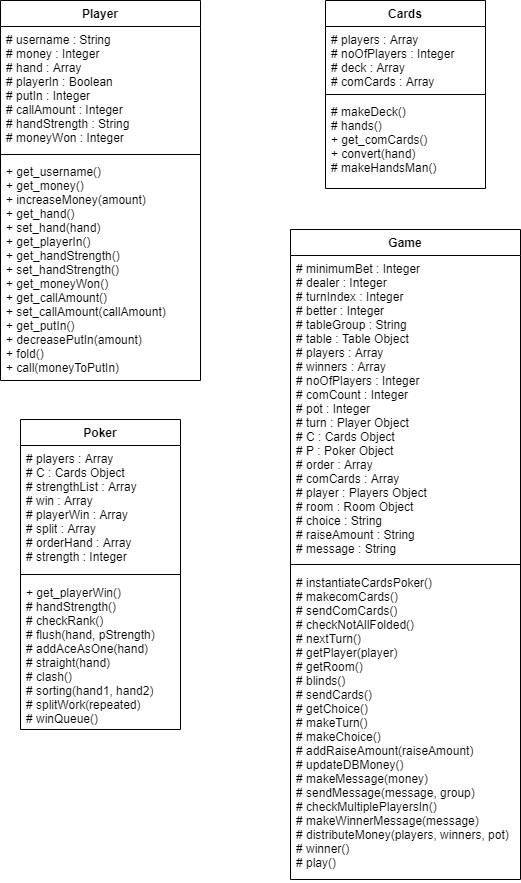
Before: report/oop design.png, a diagram exported from draw.io (tom-pollak/web-poker). Source tidied: cells renumbered, new cells last; positions are measured from the earlier drawing's top-left corner, leaving out a move shared by most shapes.
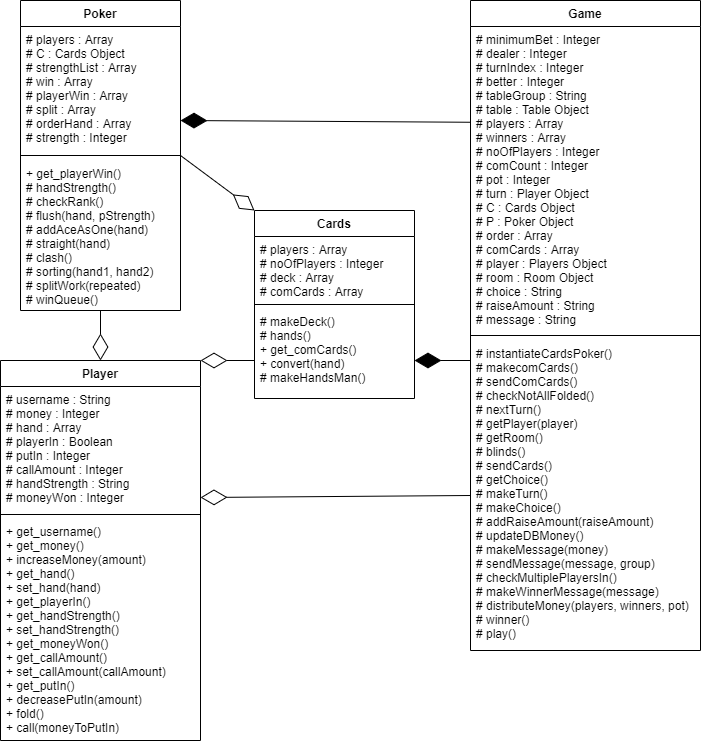
The same diagram one commit later.

The edit, as a diff of the source:
```diff
@@ -3,7 +3,7 @@
     <mxCell id="0" />
     <mxCell id="1" parent="0" />
     <mxCell id="2" value="Player" style="swimlane;fontStyle=1;align=center;verticalAlign=top;horizontal=1;startSize=26;" parent="1" vertex="1">
-      <mxGeometry width="200" height="380" as="geometry" />
+      <mxGeometry x="40" y="399" width="200" height="380" as="geometry" />
     </mxCell>
     <mxCell id="3" value="# username : String&#10;# money : Integer&#10;# hand : Array&#10;# playerIn : Boolean&#10;# putIn : Integer&#10;# callAmount : Integer&#10;# handStrength : String&#10;# moneyWon : Integer" style="text;strokeColor=none;fillColor=none;align=left;verticalAlign=top;spacingLeft=4;spacingRight=4;overflow=hidden;" parent="2" vertex="1">
       <mxGeometry y="26" width="200" height="124" as="geometry" />
@@ -15,7 +15,7 @@
       <mxGeometry y="158" width="200" height="222" as="geometry" />
     </mxCell>
     <mxCell id="6" value="Cards" style="swimlane;fontStyle=1;align=center;verticalAlign=top;horizontal=1;startSize=26;" parent="1" vertex="1">
-      <mxGeometry x="325" width="160" height="188" as="geometry" />
+      <mxGeometry x="294" y="249" width="160" height="188" as="geometry" />
     </mxCell>
     <mxCell id="7" value="# players : Array&#10;# noOfPlayers : Integer&#10;# deck : Array&#10;# comCards : Array" style="text;strokeColor=none;fillColor=none;align=left;verticalAlign=top;spacingLeft=4;spacingRight=4;overflow=hidden;" parent="6" vertex="1">
       <mxGeometry y="26" width="160" height="64" as="geometry" />
@@ -27,7 +27,7 @@
       <mxGeometry y="98" width="160" height="90" as="geometry" />
     </mxCell>
     <mxCell id="10" value="Poker" style="swimlane;fontStyle=1;align=center;verticalAlign=top;horizontal=1;startSize=26;" parent="1" vertex="1">
-      <mxGeometry x="20" y="419" width="160" height="310" as="geometry" />
+      <mxGeometry x="60" y="39" width="160" height="310" as="geometry" />
     </mxCell>
     <mxCell id="11" value="# players : Array&#10;# C : Cards Object&#10;# strengthList : Array&#10;# win : Array&#10;# playerWin : Array&#10;# split : Array&#10;# orderHand : Array&#10;# strength : Integer" style="text;strokeColor=none;fillColor=none;align=left;verticalAlign=top;spacingLeft=4;spacingRight=4;overflow=hidden;" parent="10" vertex="1">
       <mxGeometry y="26" width="160" height="124" as="geometry" />
@@ -39,7 +39,7 @@
       <mxGeometry y="160" width="160" height="150" as="geometry" />
     </mxCell>
     <mxCell id="14" value="Game" style="swimlane;fontStyle=1;align=center;verticalAlign=top;horizontal=1;startSize=26;" parent="1" vertex="1">
-      <mxGeometry x="290" y="229" width="230" height="650" as="geometry" />
+      <mxGeometry x="510" y="39" width="230" height="650" as="geometry" />
     </mxCell>
     <mxCell id="15" value="# minimumBet : Integer&#10;# dealer : Integer&#10;# turnIndex : Integer&#10;# better : Integer&#10;# tableGroup : String&#10;# table : Table Object&#10;# players : Array&#10;# winners : Array&#10;# noOfPlayers : Integer&#10;# comCount : Integer&#10;# pot : Integer&#10;# turn : Player Object&#10;# C : Cards Object&#10;# P : Poker Object&#10;# order : Array&#10;# comCards : Array&#10;# player : Players Object&#10;# room : Room Object&#10;# choice : String&#10;# raiseAmount : String&#10;# message : String" style="text;strokeColor=none;fillColor=none;align=left;verticalAlign=top;spacingLeft=4;spacingRight=4;overflow=hidden;points=[[0,0.5],[1,0.5]];portConstraint=eastwest;" parent="14" vertex="1">
       <mxGeometry y="26" width="230" height="304" as="geometry" />
@@ -50,5 +50,32 @@
     <mxCell id="17" value="# instantiateCardsPoker()&#10;# makecomCards()&#10;# sendComCards()&#10;# checkNotAllFolded()&#10;# nextTurn()&#10;# getPlayer(player)&#10;# getRoom()&#10;# blinds()&#10;# sendCards()&#10;# getChoice()&#10;# makeTurn()&#10;# makeChoice()&#10;# addRaiseAmount(raiseAmount)&#10;# updateDBMoney()&#10;# makeMessage(money)&#10;# sendMessage(message, group)&#10;# checkMultiplePlayersIn()&#10;# makeWinnerMessage(message)&#10;# distributeMoney(players, winners, pot)&#10;# winner()&#10;# play()" style="text;strokeColor=none;fillColor=none;align=left;verticalAlign=top;spacingLeft=4;spacingRight=4;overflow=hidden;points=[[0,0.5],[1,0.5]];portConstraint=eastwest;" parent="14" vertex="1">
       <mxGeometry y="340" width="230" height="310" as="geometry" />
     </mxCell>
+    <mxCell id="18" style="endArrow=diamondThin;endFill=1;endSize=24;html=1;exitX=0.002;exitY=0.315;exitDx=0;exitDy=0;exitPerimeter=0;" parent="1" edge="1" source="15">
+      <mxGeometry relative="1" as="geometry">
+        <mxPoint x="220" y="159" as="targetPoint" />
+      </mxGeometry>
+    </mxCell>
+    <mxCell id="19" style="endArrow=diamondThin;endFill=0;endSize=24;html=1;entryX=0;entryY=0;entryDx=0;entryDy=0;exitX=1;exitY=0.5;exitDx=0;exitDy=0;" parent="1" edge="1" source="10" target="6">
+      <mxGeometry relative="1" as="geometry" />
+    </mxCell>
+    <mxCell id="20" style="endArrow=diamondThin;endFill=0;endSize=24;html=1;exitX=0;exitY=0.5;exitDx=0;exitDy=0;" parent="1" edge="1" source="17">
+      <mxGeometry relative="1" as="geometry">
+        <mxPoint x="240" y="536" as="targetPoint" />
+      </mxGeometry>
+    </mxCell>
+    <mxCell id="21" style="endArrow=diamondThin;endFill=0;endSize=24;html=1;entryX=1;entryY=0;entryDx=0;entryDy=0;" parent="1" edge="1" target="2">
+      <mxGeometry relative="1" as="geometry">
+        <mxPoint x="294" y="399" as="sourcePoint" />
+      </mxGeometry>
+    </mxCell>
+    <mxCell id="22" style="endArrow=diamondThin;endFill=0;endSize=24;html=1;entryX=0.5;entryY=0;entryDx=0;entryDy=0;exitX=0.5;exitY=1;exitDx=0;exitDy=0;" parent="1" edge="1" source="10" target="2">
+      <mxGeometry relative="1" as="geometry" />
+    </mxCell>
+    <mxCell id="23" style="endArrow=diamondThin;endFill=1;endSize=24;html=1;entryX=1;entryY=0.75;entryDx=0;entryDy=0;" parent="1" edge="1">
+      <mxGeometry relative="1" as="geometry">
+        <mxPoint x="510" y="399" as="sourcePoint" />
+        <mxPoint x="454" y="399" as="targetPoint" />
+      </mxGeometry>
+    </mxCell>
   </root>
 </mxGraphModel>
```
